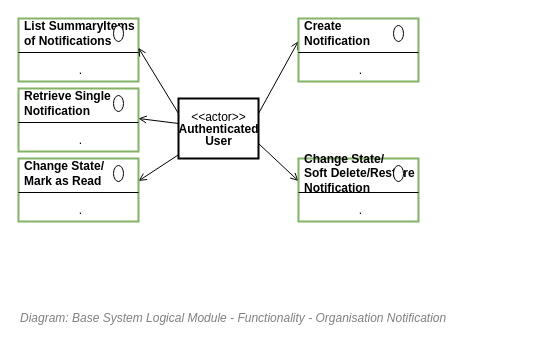
Before: 43.Functionality View/Functionality View - Functionality - Notifications.drawio in skysgh/System.Design.Resources.Service, a draw.io diagram. Source tidied: cells renumbered, new cells numbered last; positions are measured from the earlier drawing's top-left corner, leaving out a move shared by most shapes. Both pictures are drawn from the tidied source at 100%, with x=0, y=0 at pixel (18, 18).
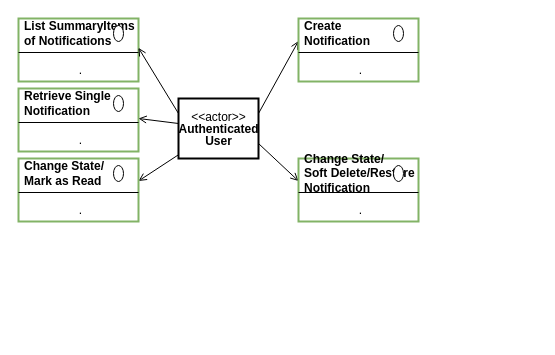
The same page after the edit.

What changed in the source:
```diff
@@
-    <mxCell id="2" value="&lt;font style=&quot;font-size: 12px&quot;&gt;&lt;span style=&quot;font-size: 12px&quot;&gt;Diagram: Base System Logical Module -&amp;nbsp;&lt;/span&gt;&lt;span style=&quot;font-size: 12px&quot;&gt;Functionality -&amp;nbsp;&lt;/span&gt;Organisation Notification&lt;/font&gt;" style="text;strokeColor=none;fillColor=none;html=1;fontSize=12;fontStyle=2;verticalAlign=middle;align=left;shadow=0;glass=0;comic=0;opacity=30;fontColor=#808080;" parent="1" vertex="1">
-      <mxGeometry y="280" width="520" height="40" as="geometry" />
-    </mxCell>
```
